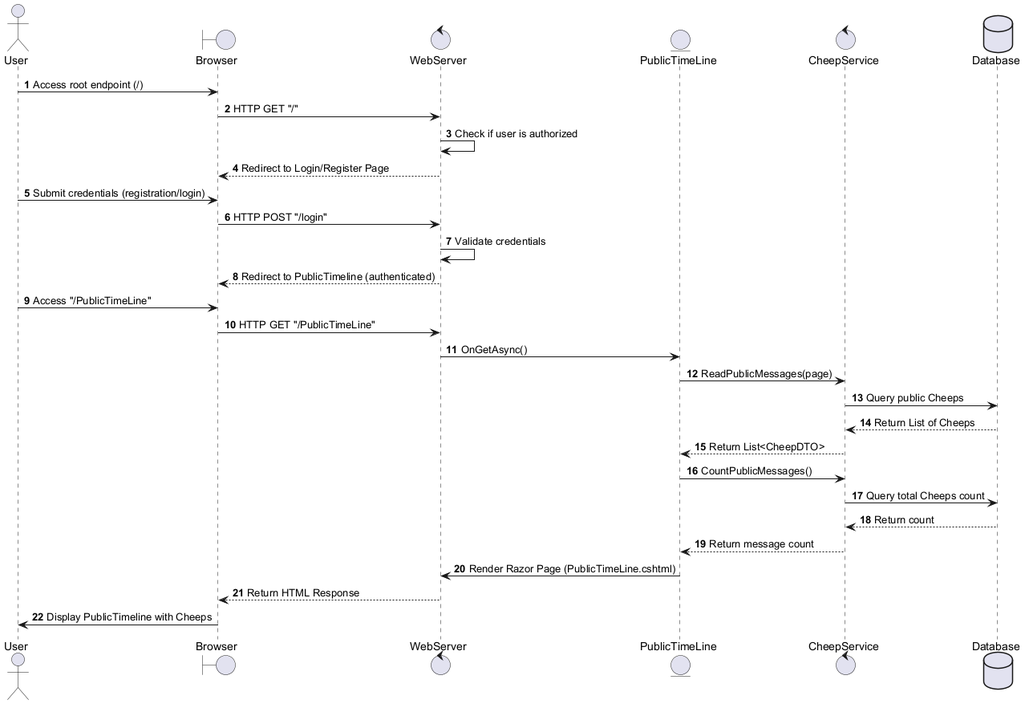
This is docs/diagrams/SimunsPics/NewUser.png from ITU-BDSA2024-GROUP13/Chirp, a PlantUML export, as it was before one commit. Its diagram source:
```plantuml
@startuml
autonumber

actor User as UU
boundary Browser as B
control WebServer as WS
entity PublicTimeLine as PT
control CheepService as CS
database Database as DB

UU -> B : Access root endpoint (/)
B -> WS : HTTP GET "/"

WS -> WS : Check if user is authorized
WS --> B : Redirect to Login/Register Page

UU -> B : Submit credentials (registration/login)
B -> WS : HTTP POST "/login"

WS -> WS : Validate credentials
WS --> B : Redirect to PublicTimeline (authenticated)



UU -> B : Access "/PublicTimeLine"
B -> WS : HTTP GET "/PublicTimeLine"

WS -> PT : OnGetAsync()

PT -> CS : ReadPublicMessages(page)
CS -> DB : Query public Cheeps
DB --> CS : Return List of Cheeps
CS --> PT : Return List<CheepDTO>

PT -> CS : CountPublicMessages()
CS -> DB : Query total Cheeps count
DB --> CS : Return count
CS --> PT : Return message count

PT -> WS : Render Razor Page (PublicTimeLine.cshtml)
WS --> B : Return HTML Response

B -> UU : Display PublicTimeline with Cheeps

@enduml
```
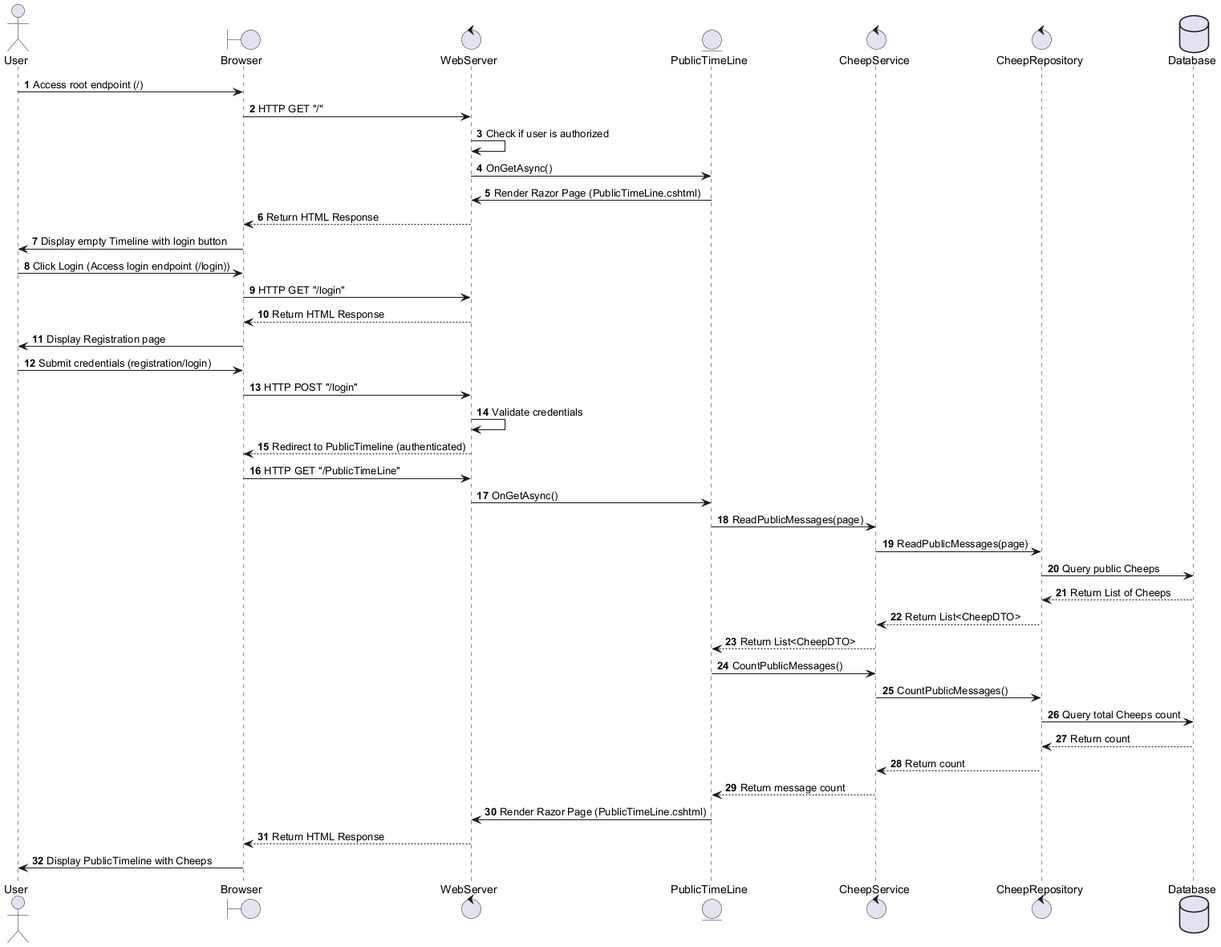
Later version of the same file.

What changed in the source:
```diff
@@ -6,13 +6,23 @@
 control WebServer as WS
 entity PublicTimeLine as PT
 control CheepService as CS
+control CheepRepository as CR
 database Database as DB
 
 UU -> B : Access root endpoint (/)
 B -> WS : HTTP GET "/"
 
 WS -> WS : Check if user is authorized
-WS --> B : Redirect to Login/Register Page
+
+WS -> PT : OnGetAsync()
+PT -> WS : Render Razor Page (PublicTimeLine.cshtml)
+WS --> B : Return HTML Response
+B -> UU : Display empty Timeline with login button
+
+UU -> B : Click Login (Access login endpoint (/login))
+B -> WS : HTTP GET "/login"
+WS --> B : Return HTML Response
+B -> UU : Display Registration page
 
 UU -> B : Submit credentials (registration/login)
 B -> WS : HTTP POST "/login"
@@ -20,21 +30,22 @@
 WS -> WS : Validate credentials
 WS --> B : Redirect to PublicTimeline (authenticated)
 
-
-
-UU -> B : Access "/PublicTimeLine"
 B -> WS : HTTP GET "/PublicTimeLine"
 
 WS -> PT : OnGetAsync()
 
 PT -> CS : ReadPublicMessages(page)
-CS -> DB : Query public Cheeps
-DB --> CS : Return List of Cheeps
+CS -> CR : ReadPublicMessages(page)
+CR -> DB : Query public Cheeps
+DB --> CR : Return List of Cheeps
+CR --> CS : Return List<CheepDTO>
 CS --> PT : Return List<CheepDTO>
 
 PT -> CS : CountPublicMessages()
-CS -> DB : Query total Cheeps count
-DB --> CS : Return count
+CS -> CR : CountPublicMessages()
+CR -> DB : Query total Cheeps count
+DB --> CR : Return count
+CR --> CS : Return count
 CS --> PT : Return message count
 
 PT -> WS : Render Razor Page (PublicTimeLine.cshtml)
```
